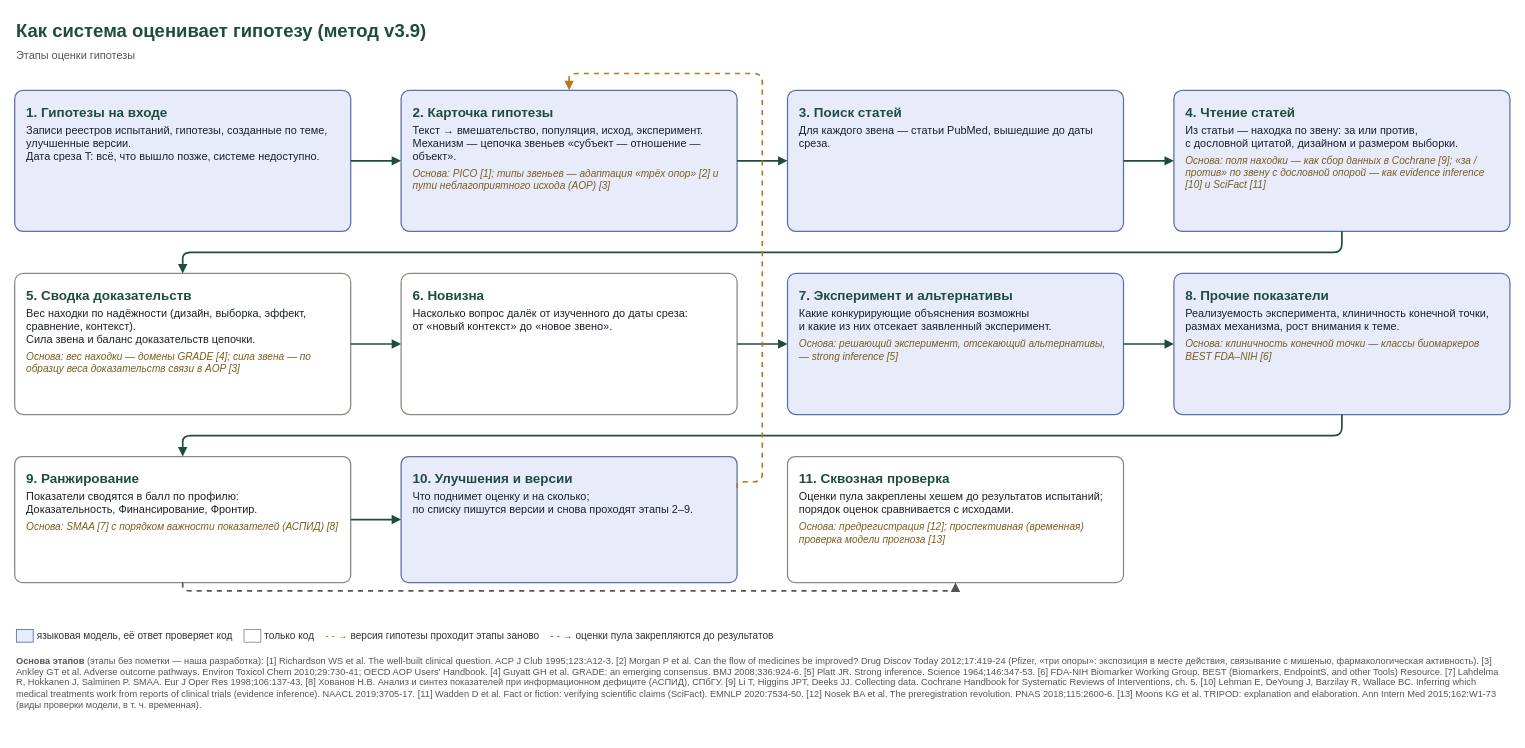
This is docs/system/flow_base.drawio from danrd/hyp-arena, a draw.io file, before an edit. Source tidied: cells renumbered, new cells numbered last; positions are measured from the earlier drawing's top-left corner, leaving out a move shared by most shapes. Both pictures are drawn from the tidied source at 84%, with x=0, y=0 at pixel (14, 14).
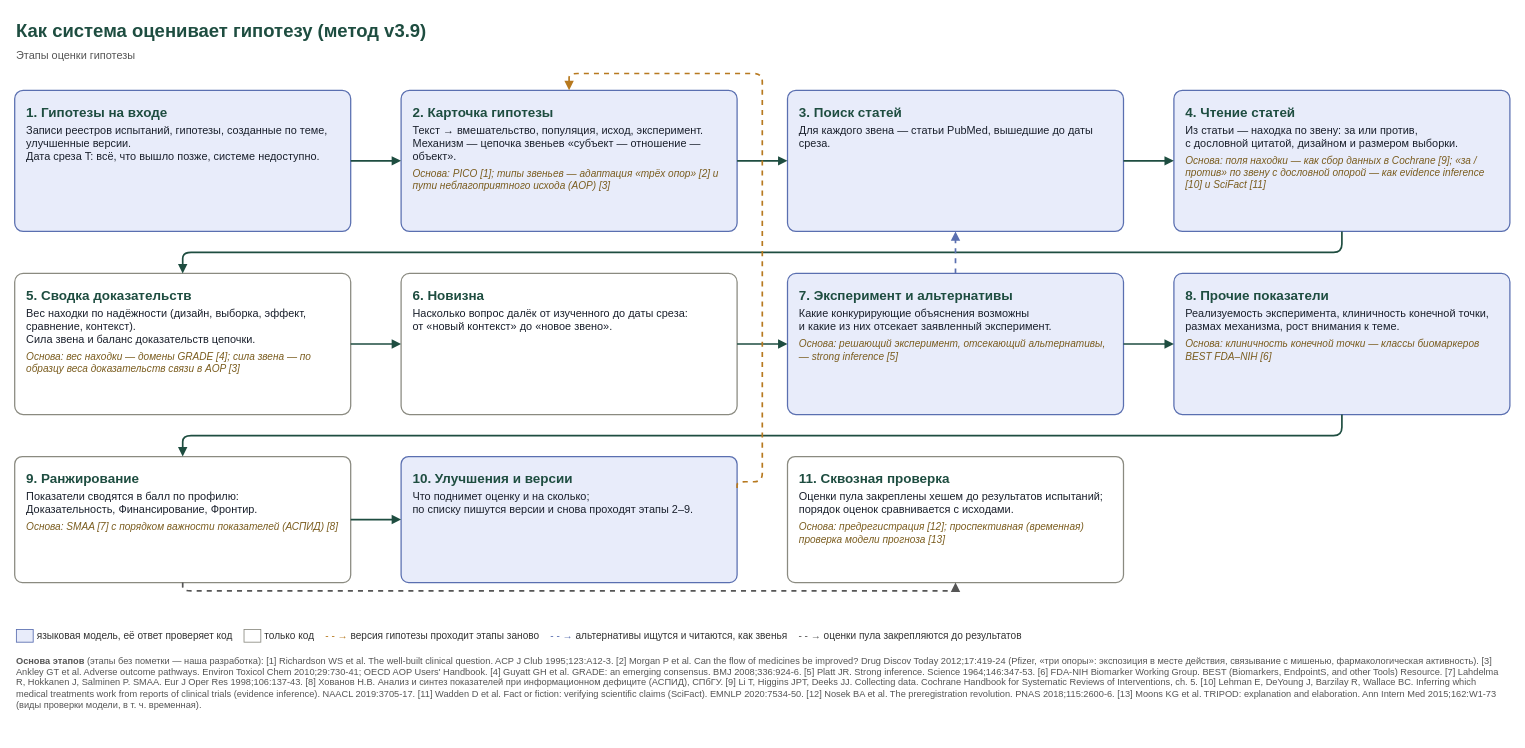
After the change.

The change refers to these unchanged cells:
```xml
<mxCell id="5" value="&lt;div style='font-size:16px;color:#1E4D40'&gt;&lt;b&gt;3. Поиск статей&lt;/b&gt;&lt;/div&gt;&lt;div style='margin-top:4px'&gt;Для каждого звена — статьи PubMed, вышедшие до даты среза.&lt;/div&gt;" style="rounded=1;arcSize=6;whiteSpace=wrap;html=1;fillColor=#E8ECFA;strokeColor=#5A6FB0;strokeWidth=1.5;fontSize=13;fontColor=#1A202C;align=left;verticalAlign=top;spacingLeft=12;spacingRight=10;spacingTop=10;" parent="1" vertex="1">
  <mxGeometry x="920" y="90" width="400" height="168" as="geometry" />
</mxCell>
<mxCell id="9" value="&lt;div style='font-size:16px;color:#1E4D40'&gt;&lt;b&gt;7. Эксперимент и альтернативы&lt;/b&gt;&lt;/div&gt;&lt;div style='margin-top:4px'&gt;Какие конкурирующие объяснения возможны&lt;br/&gt;и какие из них отсекает заявленный эксперимент.&lt;/div&gt;&lt;div style='margin-top:6px;font-size:12px;color:#7A5C1E'&gt;&lt;i&gt;Основа: решающий эксперимент, отсекающий альтернативы, — strong inference [5]&lt;/i&gt;&lt;/div&gt;" style="rounded=1;arcSize=6;whiteSpace=wrap;html=1;fillColor=#E8ECFA;strokeColor=#5A6FB0;strokeWidth=1.5;fontSize=13;fontColor=#1A202C;align=left;verticalAlign=top;spacingLeft=12;spacingRight=10;spacingTop=10;" parent="1" vertex="1">
  <mxGeometry x="920" y="308" width="400" height="168" as="geometry" />
</mxCell>
```

Diff of the diagram source:
```diff
@@
+    <mxCell id="27" style="edgeStyle=orthogonalEdgeStyle;rounded=1;html=1;endArrow=block;endFill=1;strokeColor=#1E4D40;strokeWidth=2;dashed=1;exitX=0.5;exitY=0;entryX=0.5;entryY=1;strokeColor=#5A6FB0;" parent="1" edge="1" source="9" target="5">
+      <mxGeometry relative="1" as="geometry" />
+    </mxCell>
@@
-    <mxCell id="25" value="&lt;span style='background:#E8ECFA;border:1px solid #5A6FB0;padding:0 8px'&gt;&amp;nbsp;&lt;/span&gt; языковая модель, её ответ проверяет код &amp;nbsp;&amp;nbsp; &lt;span style='border:1px solid #8A8A80;padding:0 8px'&gt;&amp;nbsp;&lt;/span&gt; только код &amp;nbsp;&amp;nbsp; &lt;span style='color:#B7791F'&gt;- - →&lt;/span&gt; версия гипотезы проходит этапы заново &amp;nbsp;&amp;nbsp; &lt;span style='color:#555'&gt;- - →&lt;/span&gt; оценки пула закрепляются до результатов" style="text;html=1;fontSize=12;align=left;fontColor=#333;fillColor=none;strokeColor=none;" parent="1" vertex="1">
+    <mxCell id="25" value="&lt;span style='background:#E8ECFA;border:1px solid #5A6FB0;padding:0 8px'&gt;&amp;nbsp;&lt;/span&gt; языковая модель, её ответ проверяет код &amp;nbsp;&amp;nbsp; &lt;span style='border:1px solid #8A8A80;padding:0 8px'&gt;&amp;nbsp;&lt;/span&gt; только код &amp;nbsp;&amp;nbsp; &lt;span style='color:#B7791F'&gt;- - →&lt;/span&gt; версия гипотезы проходит этапы заново &amp;nbsp;&amp;nbsp; &lt;span style='color:#5A6FB0'&gt;- - →&lt;/span&gt; альтернативы ищутся и читаются, как звенья &amp;nbsp;&amp;nbsp; &lt;span style='color:#555'&gt;- - →&lt;/span&gt; оценки пула закрепляются до результатов" style="text;html=1;fontSize=12;align=left;fontColor=#333;fillColor=none;strokeColor=none;" parent="1" vertex="1">
       <mxGeometry y="726" width="1780" height="26" as="geometry" />
     </mxCell>
```
